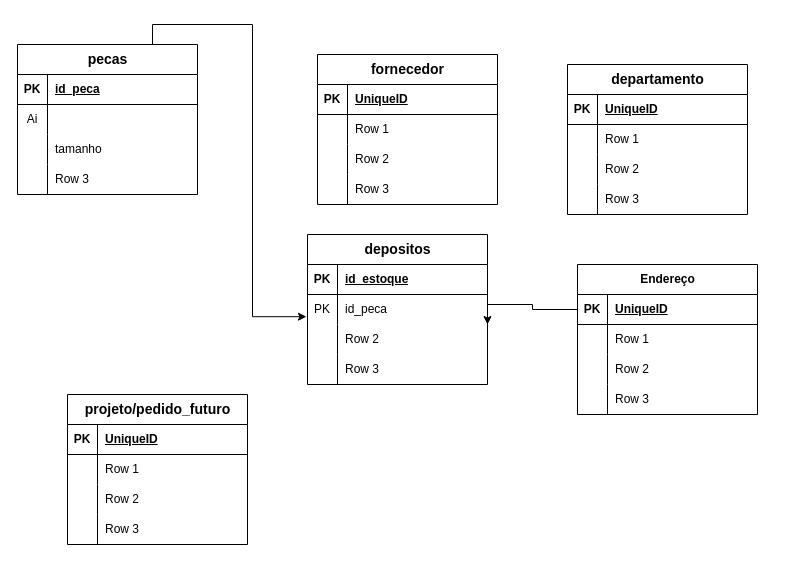
Above: Diagrama sem nome.drawio in Manuelalviana/mine (draw.io), before the change. Source tidied: cells renumbered, new cells numbered last; positions are measured from the earlier drawing's top-left corner, leaving out a move shared by most shapes. Both pictures are drawn from the tidied source at 100%, with x=0, y=0 at pixel (17, 44).
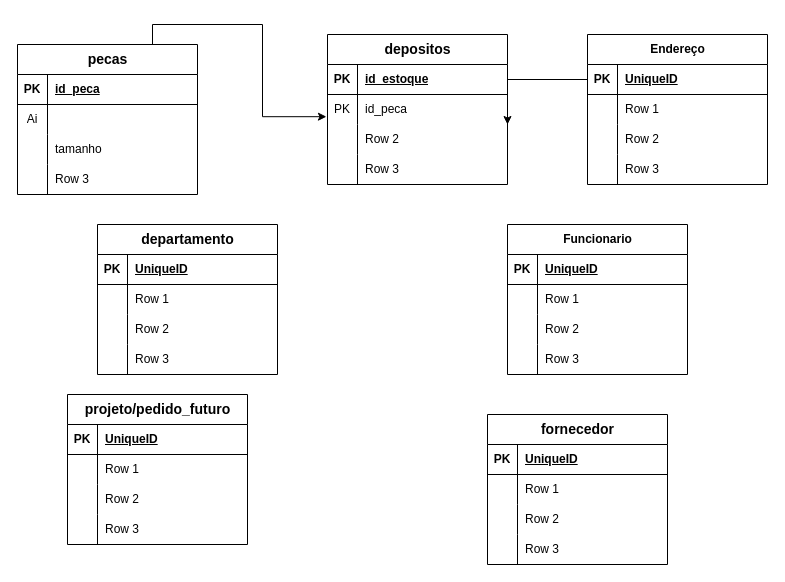
The same diagram, later.

Change to the diagram source:
```diff
@@
     <mxCell id="2" value="&lt;span style=&quot;font-size:10.5pt;line-height:107%;&lt;br/&gt;font-family:&amp;quot;Segoe UI&amp;quot;,sans-serif;mso-fareast-font-family:&amp;quot;Times New Roman&amp;quot;;&lt;br/&gt;color:#242424;background:white;mso-font-kerning:0pt;mso-ligatures:none;&lt;br/&gt;mso-ansi-language:PT-BR;mso-fareast-language:PT-BR;mso-bidi-language:AR-SA&quot;&gt;depositos&lt;/span&gt;" style="shape=table;startSize=30;childLayout=tableLayout;rowLines=0;fontStyle=1;align=center;html=1;" parent="1" vertex="1">
-      <mxGeometry x="290" y="190" width="180" height="150" as="geometry" />
+      <mxGeometry x="310" y="-10" width="180" height="150" as="geometry" />
     </mxCell>
@@
     <mxCell id="29" value="Endereço" style="shape=table;startSize=30;childLayout=tableLayout;rowLines=0;fontStyle=1;align=center;html=1;" parent="1" vertex="1">
-      <mxGeometry x="560" y="220" width="180" height="150" as="geometry" />
+      <mxGeometry x="570" y="-10" width="180" height="150" as="geometry" />
     </mxCell>
@@
     <mxCell id="43" value="&lt;span style=&quot;font-size:10.5pt;line-height:107%;&lt;br/&gt;font-family:&amp;quot;Segoe UI&amp;quot;,sans-serif;mso-fareast-font-family:&amp;quot;Times New Roman&amp;quot;;&lt;br/&gt;color:#242424;background:white;mso-font-kerning:0pt;mso-ligatures:none;&lt;br/&gt;mso-ansi-language:PT-BR;mso-fareast-language:PT-BR;mso-bidi-language:AR-SA&quot;&gt;departamento&lt;/span&gt;" style="shape=table;startSize=30;childLayout=tableLayout;rowLines=0;fontStyle=1;align=center;html=1;" parent="1" vertex="1">
-      <mxGeometry x="550" y="20" width="180" height="150" as="geometry" />
+      <mxGeometry x="80" y="180" width="180" height="150" as="geometry" />
     </mxCell>
@@
     <mxCell id="56" value="&lt;span style=&quot;font-size:10.5pt;line-height:107%;&lt;br/&gt;font-family:&amp;quot;Segoe UI&amp;quot;,sans-serif;mso-fareast-font-family:&amp;quot;Times New Roman&amp;quot;;&lt;br/&gt;color:#242424;background:white;mso-font-kerning:0pt;mso-ligatures:none;&lt;br/&gt;mso-ansi-language:PT-BR;mso-fareast-language:PT-BR;mso-bidi-language:AR-SA&quot;&gt;fornecedor&lt;/span&gt;" style="shape=table;startSize=30;childLayout=tableLayout;rowLines=0;fontStyle=1;align=center;html=1;" parent="1" vertex="1">
-      <mxGeometry x="300" y="10" width="180" height="150" as="geometry" />
+      <mxGeometry x="470" y="370" width="180" height="150" as="geometry" />
     </mxCell>
@@
+    <mxCell id="82" value="Funcionario" style="shape=table;startSize=30;childLayout=tableLayout;rowLines=0;fontStyle=1;align=center;html=1;" parent="1" vertex="1">
+      <mxGeometry x="490" y="180" width="180" height="150" as="geometry" />
+    </mxCell>
+    <mxCell id="83" style="shape=tableRow;horizontal=0;startSize=0;swimlaneHead=0;swimlaneBody=0;fillColor=none;top=0;left=0;right=0;bottom=1;" parent="82" vertex="1">
+      <mxGeometry y="30" width="180" height="30" as="geometry" />
+    </mxCell>
+    <mxCell id="84" value="PK" style="shape=partialRectangle;fillColor=none;top=0;left=0;bottom=0;right=0;fontStyle=1;overflow=hidden;whiteSpace=wrap;html=1;" parent="83" vertex="1">
+      <mxGeometry width="30" height="30" as="geometry" />
+    </mxCell>
+    <mxCell id="85" value="UniqueID" style="shape=partialRectangle;fillColor=none;top=0;left=0;bottom=0;right=0;align=left;spacingLeft=6;fontStyle=5;overflow=hidden;whiteSpace=wrap;html=1;" parent="83" vertex="1">
+      <mxGeometry x="30" width="150" height="30" as="geometry" />
+    </mxCell>
+    <mxCell id="86" style="shape=tableRow;horizontal=0;startSize=0;swimlaneHead=0;swimlaneBody=0;fillColor=none;top=0;left=0;right=0;bottom=0;" parent="82" vertex="1">
+      <mxGeometry y="60" width="180" height="30" as="geometry" />
+    </mxCell>
+    <mxCell id="87" style="shape=partialRectangle;fillColor=none;top=0;left=0;bottom=0;right=0;overflow=hidden;whiteSpace=wrap;html=1;" parent="86" vertex="1">
+      <mxGeometry width="30" height="30" as="geometry" />
+    </mxCell>
+    <mxCell id="88" value="Row 1" style="shape=partialRectangle;fillColor=none;top=0;left=0;bottom=0;right=0;align=left;spacingLeft=6;overflow=hidden;whiteSpace=wrap;html=1;" parent="86" vertex="1">
+      <mxGeometry x="30" width="150" height="30" as="geometry" />
+    </mxCell>
+    <mxCell id="89" style="shape=tableRow;horizontal=0;startSize=0;swimlaneHead=0;swimlaneBody=0;fillColor=none;top=0;left=0;right=0;bottom=0;" parent="82" vertex="1">
+      <mxGeometry y="90" width="180" height="30" as="geometry" />
+    </mxCell>
+    <mxCell id="90" style="shape=partialRectangle;fillColor=none;top=0;left=0;bottom=0;right=0;overflow=hidden;whiteSpace=wrap;html=1;" parent="89" vertex="1">
+      <mxGeometry width="30" height="30" as="geometry" />
+    </mxCell>
+    <mxCell id="91" value="Row 2" style="shape=partialRectangle;fillColor=none;top=0;left=0;bottom=0;right=0;align=left;spacingLeft=6;overflow=hidden;whiteSpace=wrap;html=1;" parent="89" vertex="1">
+      <mxGeometry x="30" width="150" height="30" as="geometry" />
+    </mxCell>
+    <mxCell id="92" style="shape=tableRow;horizontal=0;startSize=0;swimlaneHead=0;swimlaneBody=0;fillColor=none;top=0;left=0;right=0;bottom=0;" parent="82" vertex="1">
+      <mxGeometry y="120" width="180" height="30" as="geometry" />
+    </mxCell>
+    <mxCell id="93" style="shape=partialRectangle;fillColor=none;top=0;left=0;bottom=0;right=0;overflow=hidden;whiteSpace=wrap;html=1;" parent="92" vertex="1">
+      <mxGeometry width="30" height="30" as="geometry" />
+    </mxCell>
+    <mxCell id="94" value="Row 3" style="shape=partialRectangle;fillColor=none;top=0;left=0;bottom=0;right=0;align=left;spacingLeft=6;overflow=hidden;whiteSpace=wrap;html=1;" parent="92" vertex="1">
+      <mxGeometry x="30" width="150" height="30" as="geometry" />
+    </mxCell>
```
